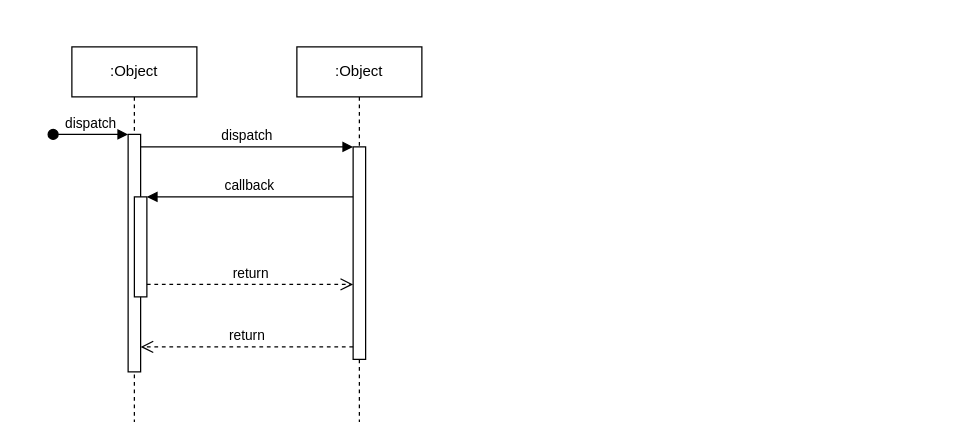
This is Untitled Diagram.drawio from arcane-finance-defi/aleo-rfq-amm-contracts, a draw.io file, before an edit. Source tidied: cells renumbered, new cells numbered last; positions are measured from the earlier drawing's top-left corner, leaving out a move shared by most shapes. Both pictures are drawn from the tidied source at 125%, with x=0, y=0 at pixel (52, 46).
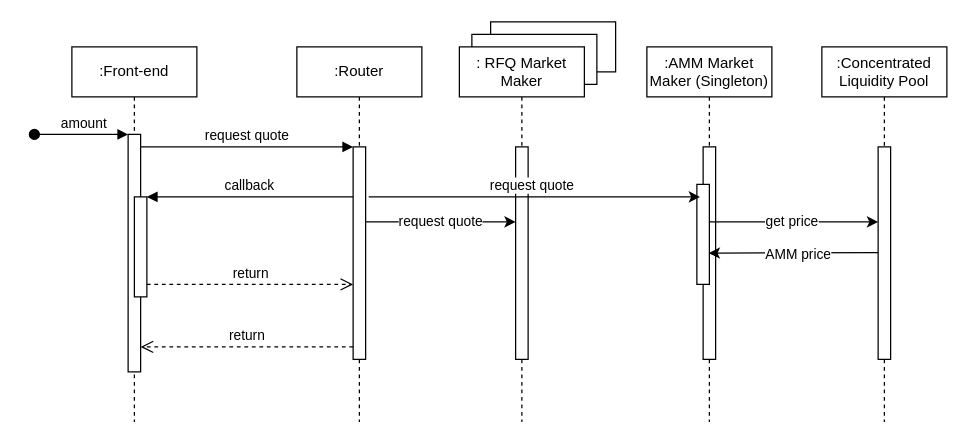
After the change.

The change refers to these unchanged cells:
```xml
<mxCell id="3" style="html=1;points=[];perimeter=orthogonalPerimeter;outlineConnect=0;targetShapes=umlLifeline;portConstraint=eastwest;newEdgeStyle={&quot;edgeStyle&quot;:&quot;elbowEdgeStyle&quot;,&quot;elbow&quot;:&quot;vertical&quot;,&quot;curved&quot;:0,&quot;rounded&quot;:0};" parent="2" vertex="1">
  <mxGeometry x="45" y="70" width="10" height="190" as="geometry" />
</mxCell>
<mxCell id="7" style="html=1;points=[];perimeter=orthogonalPerimeter;outlineConnect=0;targetShapes=umlLifeline;portConstraint=eastwest;newEdgeStyle={&quot;edgeStyle&quot;:&quot;elbowEdgeStyle&quot;,&quot;elbow&quot;:&quot;vertical&quot;,&quot;curved&quot;:0,&quot;rounded&quot;:0};" parent="6" vertex="1">
  <mxGeometry x="45" y="80" width="10" height="170" as="geometry" />
</mxCell>
```

Diff of the diagram source:
```diff
@@
+    <mxCell id="12" style="rounded=0;whiteSpace=wrap;html=1;" parent="1" vertex="1">
+      <mxGeometry x="350" y="-20" width="100" height="40" as="geometry" />
+    </mxCell>
+    <mxCell id="13" style="rounded=0;whiteSpace=wrap;html=1;" parent="1" vertex="1">
+      <mxGeometry x="335" y="-10" width="100" height="40" as="geometry" />
+    </mxCell>
-    <mxCell id="2" value=":Object" style="shape=umlLifeline;perimeter=lifelinePerimeter;whiteSpace=wrap;html=1;newEdgeStyle={&quot;edgeStyle&quot;:&quot;elbowEdgeStyle&quot;,&quot;elbow&quot;:&quot;vertical&quot;,&quot;curved&quot;:0,&quot;rounded&quot;:0};" parent="1" vertex="1">
+    <mxCell id="2" value=":Front-end" style="shape=umlLifeline;perimeter=lifelinePerimeter;whiteSpace=wrap;html=1;newEdgeStyle={&quot;edgeStyle&quot;:&quot;elbowEdgeStyle&quot;,&quot;elbow&quot;:&quot;vertical&quot;,&quot;curved&quot;:0,&quot;rounded&quot;:0};" parent="1" vertex="1">
       <mxGeometry x="15" width="100" height="300" as="geometry" />
     </mxCell>
@@
-    <mxCell id="4" value="dispatch" style="html=1;verticalAlign=bottom;startArrow=oval;endArrow=block;startSize=8;edgeStyle=elbowEdgeStyle;elbow=vertical;curved=0;rounded=0;" parent="2" edge="1" target="3">
+    <mxCell id="4" value="&amp;nbsp;amount" style="html=1;verticalAlign=bottom;startArrow=oval;endArrow=block;startSize=8;edgeStyle=elbowEdgeStyle;elbow=vertical;curved=0;rounded=0;" parent="2" edge="1" target="3">
       <mxGeometry relative="1" as="geometry">
-        <mxPoint x="-15" y="70" as="sourcePoint" />
+        <mxPoint x="-30" y="70" as="sourcePoint" />
       </mxGeometry>
     </mxCell>
@@
+    <mxCell id="14" style="edgeStyle=elbowEdgeStyle;rounded=0;jettySize=auto;html=1;elbow=vertical;curved=0;" parent="1" edge="1" target="17">
+      <mxGeometry relative="1" as="geometry">
+        <mxPoint x="250" y="140" as="sourcePoint" />
+      </mxGeometry>
+    </mxCell>
+    <mxCell id="15" value="request quote" style="edgeLabel;html=1;align=center;verticalAlign=middle;" parent="14" vertex="1">
+      <mxGeometry x="-0.26" y="1" relative="1" as="geometry">
+        <mxPoint x="15" as="offset" />
+      </mxGeometry>
+    </mxCell>
-    <mxCell id="6" value=":Object" style="shape=umlLifeline;perimeter=lifelinePerimeter;whiteSpace=wrap;html=1;newEdgeStyle={&quot;edgeStyle&quot;:&quot;elbowEdgeStyle&quot;,&quot;elbow&quot;:&quot;vertical&quot;,&quot;curved&quot;:0,&quot;rounded&quot;:0};" parent="1" vertex="1">
+    <mxCell id="6" value=":Router" style="shape=umlLifeline;perimeter=lifelinePerimeter;whiteSpace=wrap;html=1;newEdgeStyle={&quot;edgeStyle&quot;:&quot;elbowEdgeStyle&quot;,&quot;elbow&quot;:&quot;vertical&quot;,&quot;curved&quot;:0,&quot;rounded&quot;:0};" parent="1" vertex="1">
       <mxGeometry x="195" width="100" height="300" as="geometry" />
     </mxCell>
@@
-    <mxCell id="8" value="dispatch" style="html=1;verticalAlign=bottom;endArrow=block;edgeStyle=elbowEdgeStyle;elbow=vertical;curved=0;rounded=0;" parent="1" edge="1" source="3" target="7">
+    <mxCell id="8" value="request quote" style="html=1;verticalAlign=bottom;endArrow=block;edgeStyle=elbowEdgeStyle;elbow=vertical;curved=0;rounded=0;" parent="1" edge="1" source="3" target="7">
       <mxGeometry relative="1" as="geometry">
         <Array as="points">
           <mxPoint x="155" y="80" />
         </Array>
       </mxGeometry>
     </mxCell>
@@
+    <mxCell id="16" value=": RFQ Market Maker" style="shape=umlLifeline;perimeter=lifelinePerimeter;whiteSpace=wrap;html=1;newEdgeStyle={&quot;edgeStyle&quot;:&quot;elbowEdgeStyle&quot;,&quot;elbow&quot;:&quot;vertical&quot;,&quot;curved&quot;:0,&quot;rounded&quot;:0};" parent="1" vertex="1">
+      <mxGeometry x="325" width="100" height="300" as="geometry" />
+    </mxCell>
+    <mxCell id="17" style="html=1;points=[];perimeter=orthogonalPerimeter;outlineConnect=0;targetShapes=umlLifeline;portConstraint=eastwest;newEdgeStyle={&quot;edgeStyle&quot;:&quot;elbowEdgeStyle&quot;,&quot;elbow&quot;:&quot;vertical&quot;,&quot;curved&quot;:0,&quot;rounded&quot;:0};" parent="16" vertex="1">
+      <mxGeometry x="45" y="80" width="10" height="170" as="geometry" />
+    </mxCell>
+    <mxCell id="18" value=":AMM Market Maker (Singleton)" style="shape=umlLifeline;perimeter=lifelinePerimeter;whiteSpace=wrap;html=1;newEdgeStyle={&quot;edgeStyle&quot;:&quot;elbowEdgeStyle&quot;,&quot;elbow&quot;:&quot;vertical&quot;,&quot;curved&quot;:0,&quot;rounded&quot;:0};" parent="1" vertex="1">
+      <mxGeometry x="475" width="100" height="300" as="geometry" />
+    </mxCell>
+    <mxCell id="19" style="html=1;perimeter=orthogonalPerimeter;targetShapes=umlLifeline;newEdgeStyle={&quot;edgeStyle&quot;:&quot;elbowEdgeStyle&quot;,&quot;elbow&quot;:&quot;vertical&quot;,&quot;curved&quot;:0,&quot;rounded&quot;:0};" parent="18" vertex="1">
+      <mxGeometry x="45" y="80" width="10" height="170" as="geometry" />
+    </mxCell>
+    <mxCell id="20" style="html=1;points=[];perimeter=orthogonalPerimeter;outlineConnect=0;targetShapes=umlLifeline;portConstraint=eastwest;newEdgeStyle={&quot;edgeStyle&quot;:&quot;elbowEdgeStyle&quot;,&quot;elbow&quot;:&quot;vertical&quot;,&quot;curved&quot;:0,&quot;rounded&quot;:0};" parent="18" vertex="1">
+      <mxGeometry x="40" y="110" width="10" height="80" as="geometry" />
+    </mxCell>
+    <mxCell id="21" value=":Concentrated Liquidity Pool" style="shape=umlLifeline;perimeter=lifelinePerimeter;whiteSpace=wrap;html=1;newEdgeStyle={&quot;edgeStyle&quot;:&quot;elbowEdgeStyle&quot;,&quot;elbow&quot;:&quot;vertical&quot;,&quot;curved&quot;:0,&quot;rounded&quot;:0};" parent="1" vertex="1">
+      <mxGeometry x="615" width="100" height="300" as="geometry" />
+    </mxCell>
+    <mxCell id="22" style="html=1;perimeter=orthogonalPerimeter;targetShapes=umlLifeline;newEdgeStyle={&quot;edgeStyle&quot;:&quot;elbowEdgeStyle&quot;,&quot;elbow&quot;:&quot;vertical&quot;,&quot;curved&quot;:0,&quot;rounded&quot;:0};" parent="21" vertex="1">
+      <mxGeometry x="45" y="80" width="10" height="170" as="geometry" />
+    </mxCell>
+    <mxCell id="23" style="edgeStyle=elbowEdgeStyle;rounded=0;orthogonalLoop=1;jettySize=auto;html=1;elbow=vertical;curved=0;" parent="1" edge="1">
+      <mxGeometry relative="1" as="geometry">
+        <mxPoint x="252.5" y="120" as="sourcePoint" />
+        <mxPoint x="517.5" y="120" as="targetPoint" />
+      </mxGeometry>
+    </mxCell>
+    <mxCell id="24" value="request quote" style="edgeLabel;html=1;align=center;verticalAlign=middle;" parent="23" vertex="1">
+      <mxGeometry x="-0.55" y="3" relative="1" as="geometry">
+        <mxPoint x="70" y="-7" as="offset" />
+      </mxGeometry>
+    </mxCell>
+    <mxCell id="25" style="edgeStyle=elbowEdgeStyle;rounded=0;jettySize=auto;html=1;elbow=horizontal;curved=0;exitX=1;exitY=0.375;exitDx=0;exitDy=0;exitPerimeter=0;" parent="1" edge="1" source="20">
+      <mxGeometry relative="1" as="geometry">
+        <mxPoint x="660" y="140" as="targetPoint" />
+      </mxGeometry>
+    </mxCell>
+    <mxCell id="26" value="get price" style="edgeLabel;html=1;align=center;verticalAlign=middle;" parent="25" vertex="1">
+      <mxGeometry x="-0.26" y="1" relative="1" as="geometry">
+        <mxPoint x="15" as="offset" />
+      </mxGeometry>
+    </mxCell>
+    <mxCell id="27" style="edgeStyle=elbowEdgeStyle;rounded=0;orthogonalLoop=1;jettySize=auto;html=1;elbow=vertical;curved=0;" parent="1" edge="1">
+      <mxGeometry relative="1" as="geometry">
+        <mxPoint x="660" y="164.5" as="sourcePoint" />
+        <mxPoint x="524.5" y="164.5" as="targetPoint" />
+      </mxGeometry>
+    </mxCell>
+    <mxCell id="28" value="AMM price" style="edgeLabel;html=1;align=center;verticalAlign=middle;" parent="27" vertex="1">
+      <mxGeometry x="-0.1" y="3" relative="1" as="geometry">
+        <mxPoint x="-4" y="-3" as="offset" />
+      </mxGeometry>
+    </mxCell>
```
